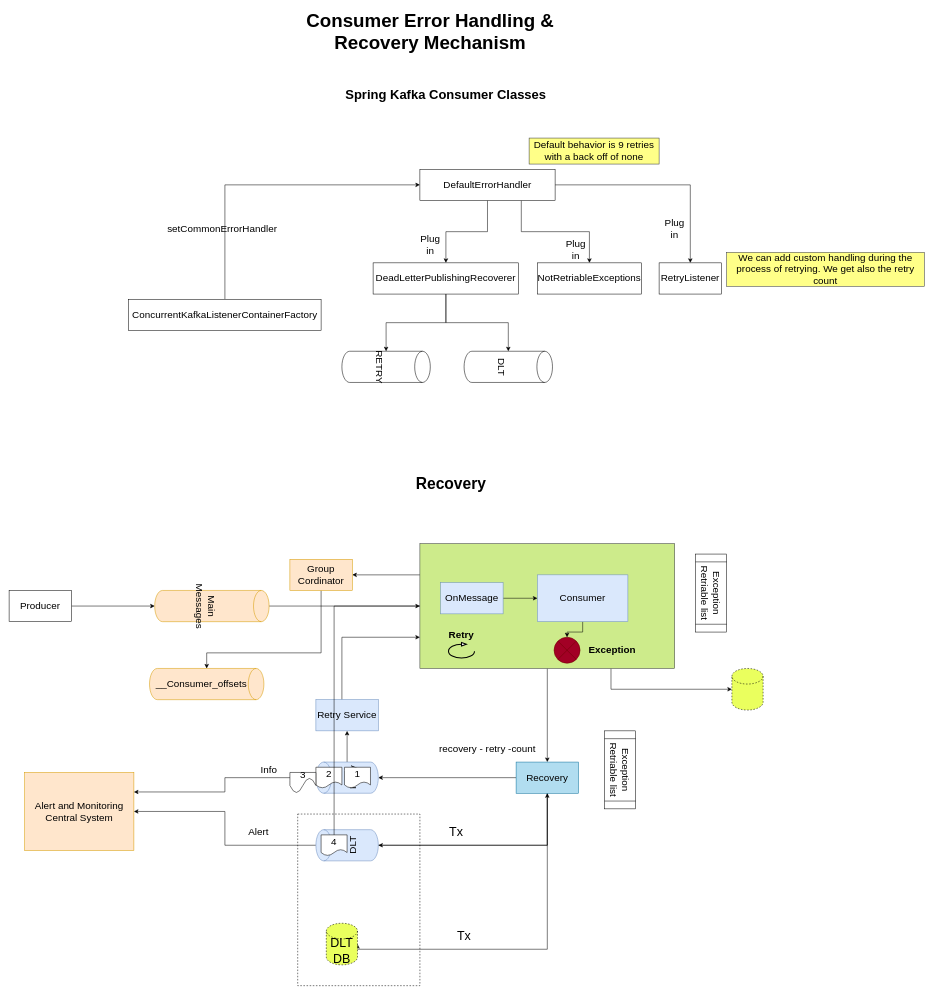
Above: page "Consumer Failure Recovery" (16 of 21) of Drawings/Kafka.drawio in sreedharsingaraju/KafkaTutorials (draw.io), before the change. Source tidied: cells renumbered, new cells numbered last; positions are measured from the earlier drawing's top-left corner, leaving out a move shared by most shapes. Both pictures are drawn from the tidied source at 52%, with x=0, y=0 at pixel (9, 23).
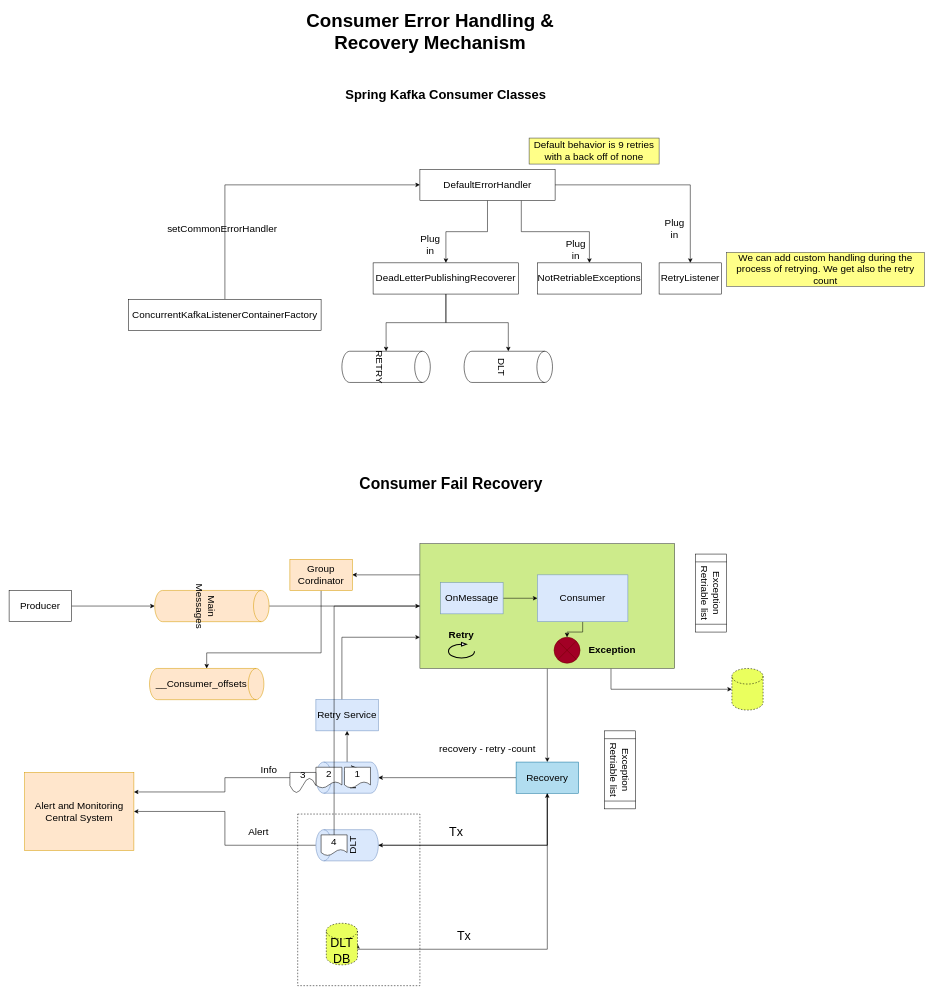
After the change.

Diff of the diagram source:
```diff
@@
-    <mxCell id="32" value="&lt;b style=&quot;font-size: 30px;&quot;&gt;&lt;font style=&quot;font-size: 30px;&quot;&gt;Recovery&lt;/font&gt;&lt;/b&gt;" style="text;html=1;strokeColor=none;fillColor=none;align=center;verticalAlign=middle;whiteSpace=wrap;rounded=0;labelBackgroundColor=none;fontSize=30;" parent="1" vertex="1">
+    <mxCell id="32" value="&lt;b style=&quot;font-size: 30px;&quot;&gt;&lt;font style=&quot;font-size: 30px;&quot;&gt;Consumer Fail Recovery&lt;/font&gt;&lt;/b&gt;" style="text;html=1;strokeColor=none;fillColor=none;align=center;verticalAlign=middle;whiteSpace=wrap;rounded=0;labelBackgroundColor=none;fontSize=30;" parent="1" vertex="1">
       <mxGeometry x="580" y="870" width="540" height="30" as="geometry" />
     </mxCell>
```
